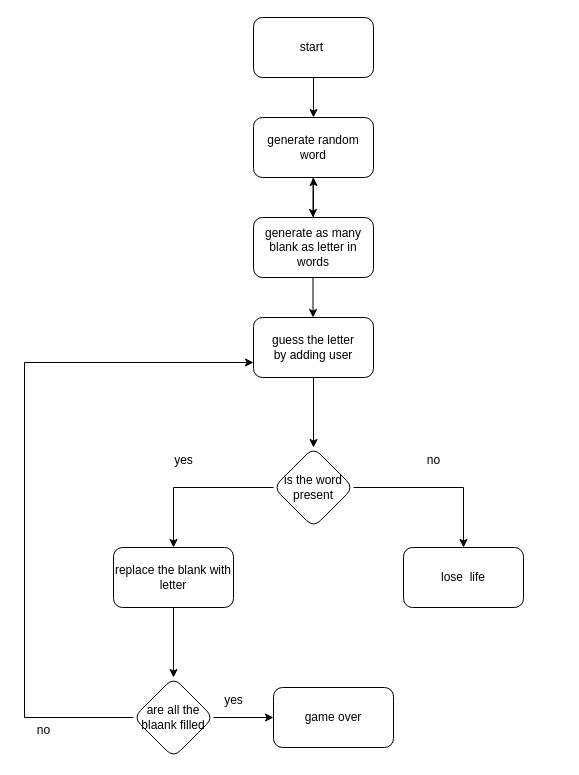
darshan7110/webdeveolpmentproject keeps this draw.io diagram as Untitled Diagram.drawio. Above is the earlier version. Source tidied: cells renumbered, new cells numbered last; positions are measured from the earlier drawing's top-left corner, leaving out a move shared by most shapes. Both pictures are drawn from the tidied source at 100%, with x=0, y=0 at pixel (23, 17).
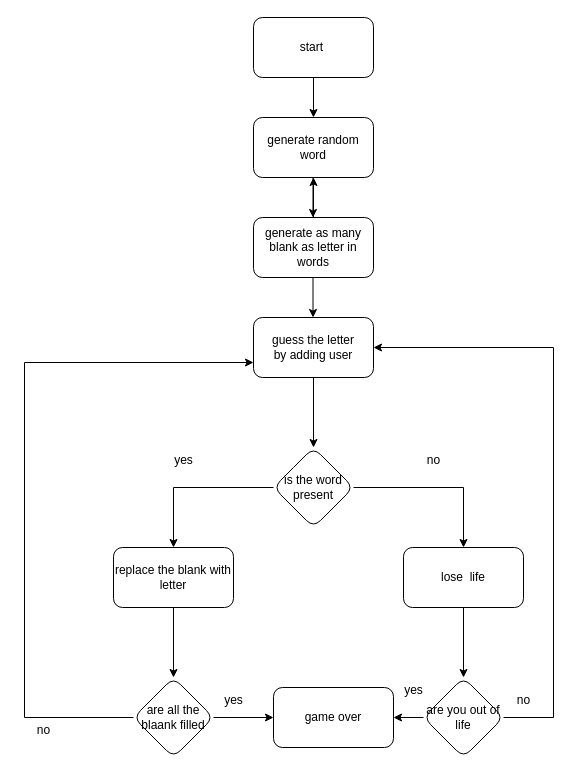
The same page after the edit.

The change refers to these unchanged cells:
```xml
<mxCell id="9" value="guess the letter&lt;br&gt;by adding user" style="rounded=1;whiteSpace=wrap;html=1;" parent="1" vertex="1">
  <mxGeometry x="230" y="300" width="120" height="60" as="geometry" />
</mxCell>
<mxCell id="14" value="lose&amp;nbsp; life" style="whiteSpace=wrap;html=1;rounded=1;" parent="1" vertex="1">
  <mxGeometry x="380" y="530" width="120" height="60" as="geometry" />
</mxCell>
<mxCell id="20" value="game over" style="whiteSpace=wrap;html=1;rounded=1;" parent="1" vertex="1">
  <mxGeometry x="250" y="670" width="120" height="60" as="geometry" />
</mxCell>
```

The edit, as a diff of the source:
```diff
@@
+    <mxCell id="25" style="edgeStyle=orthogonalEdgeStyle;rounded=0;jettySize=auto;html=1;" parent="1" edge="1" source="14" target="28">
+      <mxGeometry relative="1" as="geometry" />
+    </mxCell>
@@
+    <mxCell id="26" style="edgeStyle=orthogonalEdgeStyle;rounded=0;jettySize=auto;html=1;exitX=0;exitY=0.5;exitDx=0;exitDy=0;entryX=1;entryY=0.5;entryDx=0;entryDy=0;" parent="1" edge="1" source="28" target="20">
+      <mxGeometry relative="1" as="geometry" />
+    </mxCell>
+    <mxCell id="27" style="edgeStyle=orthogonalEdgeStyle;rounded=0;jettySize=auto;html=1;exitX=1;exitY=0.5;exitDx=0;exitDy=0;entryX=1;entryY=0.5;entryDx=0;entryDy=0;" parent="1" edge="1" source="28" target="9">
+      <mxGeometry relative="1" as="geometry">
+        <Array as="points">
+          <mxPoint x="530" y="700" />
+          <mxPoint x="530" y="330" />
+        </Array>
+      </mxGeometry>
+    </mxCell>
+    <mxCell id="28" value="are you out of life" style="rhombus;whiteSpace=wrap;html=1;rounded=1;" parent="1" vertex="1">
+      <mxGeometry x="400" y="660" width="80" height="80" as="geometry" />
+    </mxCell>
+    <mxCell id="29" value="yes" style="text;html=1;align=center;verticalAlign=middle;strokeColor=none;fillColor=none;" parent="1" vertex="1">
+      <mxGeometry x="370" y="658" width="40" height="30" as="geometry" />
+    </mxCell>
+    <mxCell id="30" value="no" style="text;html=1;align=center;verticalAlign=middle;strokeColor=none;fillColor=none;" parent="1" vertex="1">
+      <mxGeometry x="480" y="668" width="40" height="30" as="geometry" />
+    </mxCell>
```
